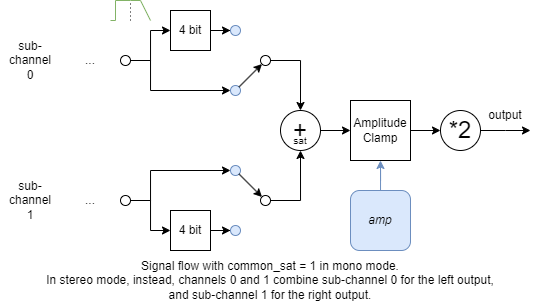
The draw.io diagram docs/user_peripherals/33_pwl_synth_PWOrionSynth-voice-common_sat.png in sujithkani/ttsky25a-tinyQV, before a commit. Source tidied: cells renumbered, new cells last; positions are measured from the earlier drawing's top-left corner, leaving out a move shared by most shapes. Source of this version:
```xml
<mxGraphModel>
  <root>
    <mxCell id="0" />
    <mxCell id="1" parent="0" />
    <mxCell id="2" style="edgeStyle=orthogonalEdgeStyle;rounded=0;jettySize=auto;html=1;entryX=0;entryY=0.5;entryDx=0;entryDy=0;" parent="1" edge="1" source="4" target="9">
      <mxGeometry relative="1" as="geometry" />
    </mxCell>
    <mxCell id="3" style="edgeStyle=orthogonalEdgeStyle;rounded=0;jettySize=auto;html=1;entryX=0;entryY=0.5;entryDx=0;entryDy=0;" parent="1" edge="1" source="4" target="10">
      <mxGeometry relative="1" as="geometry">
        <Array as="points">
          <mxPoint x="150" y="60" />
          <mxPoint x="150" y="90" />
        </Array>
      </mxGeometry>
    </mxCell>
    <mxCell id="4" style="ellipse;whiteSpace=wrap;html=1;" parent="1" vertex="1">
      <mxGeometry x="120" y="55" width="10" height="10" as="geometry" />
    </mxCell>
    <mxCell id="5" style="edgeStyle=orthogonalEdgeStyle;rounded=0;jettySize=auto;html=1;entryX=0;entryY=0.5;entryDx=0;entryDy=0;" parent="1" edge="1" source="7" target="16">
      <mxGeometry relative="1" as="geometry" />
    </mxCell>
    <mxCell id="6" style="edgeStyle=orthogonalEdgeStyle;rounded=0;jettySize=auto;html=1;entryX=0;entryY=0.5;entryDx=0;entryDy=0;" parent="1" edge="1" source="7" target="18">
      <mxGeometry relative="1" as="geometry">
        <Array as="points">
          <mxPoint x="150" y="200" />
          <mxPoint x="150" y="170" />
        </Array>
      </mxGeometry>
    </mxCell>
    <mxCell id="7" style="ellipse;whiteSpace=wrap;html=1;" parent="1" vertex="1">
      <mxGeometry x="120" y="195" width="10" height="10" as="geometry" />
    </mxCell>
    <mxCell id="8" style="edgeStyle=orthogonalEdgeStyle;rounded=0;jettySize=auto;html=1;entryX=0;entryY=0.5;entryDx=0;entryDy=0;" parent="1" edge="1" source="9" target="11">
      <mxGeometry relative="1" as="geometry" />
    </mxCell>
    <mxCell id="9" value="4 bit" style="rounded=0;whiteSpace=wrap;html=1;" parent="1" vertex="1">
      <mxGeometry x="170" y="10" width="40" height="40" as="geometry" />
    </mxCell>
    <mxCell id="10" style="ellipse;whiteSpace=wrap;html=1;fillColor=#dae8fc;strokeColor=#6c8ebf;" parent="1" vertex="1">
      <mxGeometry x="230" y="85" width="10" height="10" as="geometry" />
    </mxCell>
    <mxCell id="11" style="ellipse;whiteSpace=wrap;html=1;fillColor=#dae8fc;strokeColor=#6c8ebf;" parent="1" vertex="1">
      <mxGeometry x="230" y="25" width="10" height="10" as="geometry" />
    </mxCell>
    <mxCell id="12" style="edgeStyle=orthogonalEdgeStyle;rounded=0;jettySize=auto;html=1;entryX=0.5;entryY=0;entryDx=0;entryDy=0;" parent="1" edge="1" source="13" target="27">
      <mxGeometry relative="1" as="geometry" />
    </mxCell>
    <mxCell id="13" style="ellipse;whiteSpace=wrap;html=1;" parent="1" vertex="1">
      <mxGeometry x="260" y="55" width="10" height="10" as="geometry" />
    </mxCell>
    <mxCell id="14" style="endArrow=classic;html=1;rounded=0;exitX=1;exitY=0;exitDx=0;exitDy=0;entryX=0;entryY=1;entryDx=0;entryDy=0;" parent="1" edge="1" source="10" target="13">
      <mxGeometry relative="1" as="geometry" />
    </mxCell>
    <mxCell id="15" style="edgeStyle=orthogonalEdgeStyle;rounded=0;jettySize=auto;html=1;entryX=0;entryY=0.5;entryDx=0;entryDy=0;" parent="1" edge="1" source="16" target="17">
      <mxGeometry relative="1" as="geometry" />
    </mxCell>
    <mxCell id="16" value="4 bit" style="rounded=0;whiteSpace=wrap;html=1;" parent="1" vertex="1">
      <mxGeometry x="170" y="210" width="40" height="40" as="geometry" />
    </mxCell>
    <mxCell id="17" style="ellipse;whiteSpace=wrap;html=1;fillColor=#dae8fc;strokeColor=#6c8ebf;" parent="1" vertex="1">
      <mxGeometry x="230" y="225" width="10" height="10" as="geometry" />
    </mxCell>
    <mxCell id="18" style="ellipse;whiteSpace=wrap;html=1;fillColor=#dae8fc;strokeColor=#6c8ebf;" parent="1" vertex="1">
      <mxGeometry x="230" y="165" width="10" height="10" as="geometry" />
    </mxCell>
    <mxCell id="19" style="edgeStyle=orthogonalEdgeStyle;rounded=0;jettySize=auto;html=1;entryX=0.5;entryY=1;entryDx=0;entryDy=0;" parent="1" edge="1" source="20" target="27">
      <mxGeometry relative="1" as="geometry" />
    </mxCell>
    <mxCell id="20" style="ellipse;whiteSpace=wrap;html=1;" parent="1" vertex="1">
      <mxGeometry x="260" y="195" width="10" height="10" as="geometry" />
    </mxCell>
    <mxCell id="21" style="endArrow=classic;html=1;rounded=0;exitX=1;exitY=1;exitDx=0;exitDy=0;entryX=0;entryY=0;entryDx=0;entryDy=0;" parent="1" edge="1" source="18" target="20">
      <mxGeometry relative="1" as="geometry" />
    </mxCell>
    <mxCell id="22" style="edgeStyle=orthogonalEdgeStyle;rounded=0;jettySize=auto;html=1;entryX=0;entryY=0.5;entryDx=0;entryDy=0;" parent="1" edge="1" source="23" target="40">
      <mxGeometry relative="1" as="geometry" />
    </mxCell>
    <mxCell id="23" value="&lt;div&gt;Amplitude&lt;/div&gt;Clamp&lt;div&gt;&lt;/div&gt;" style="rounded=0;whiteSpace=wrap;html=1;" parent="1" vertex="1">
      <mxGeometry x="350" y="100" width="60" height="60" as="geometry" />
    </mxCell>
    <mxCell id="24" style="edgeStyle=orthogonalEdgeStyle;rounded=0;jettySize=auto;html=1;entryX=0.5;entryY=1;entryDx=0;entryDy=0;fillColor=#dae8fc;strokeColor=#6c8ebf;" parent="1" edge="1" source="25" target="23">
      <mxGeometry relative="1" as="geometry" />
    </mxCell>
    <mxCell id="25" value="&lt;i&gt;amp&lt;/i&gt;" style="rounded=1;whiteSpace=wrap;html=1;fillColor=#dae8fc;strokeColor=#6c8ebf;" parent="1" vertex="1">
      <mxGeometry x="350" y="190" width="60" height="60" as="geometry" />
    </mxCell>
    <mxCell id="26" style="edgeStyle=orthogonalEdgeStyle;rounded=0;jettySize=auto;html=1;entryX=0;entryY=0.5;entryDx=0;entryDy=0;" parent="1" edge="1" source="27" target="23">
      <mxGeometry relative="1" as="geometry" />
    </mxCell>
    <mxCell id="27" value="&lt;font style=&quot;font-size: 24px;&quot;&gt;+&lt;/font&gt;" style="ellipse;whiteSpace=wrap;html=1;" parent="1" vertex="1">
      <mxGeometry x="280" y="110" width="40" height="40" as="geometry" />
    </mxCell>
    <mxCell id="28" value="output" style="text;html=1;align=center;verticalAlign=middle;whiteSpace=wrap;rounded=0;" parent="1" vertex="1">
      <mxGeometry x="480" y="100" width="50" height="30" as="geometry" />
    </mxCell>
    <mxCell id="29" style="group;" parent="1" vertex="1">
      <mxGeometry x="110" width="40" height="20" as="geometry" />
    </mxCell>
    <mxCell id="30" style="rounded=0;whiteSpace=wrap;html=1;strokeColor=none;" parent="29" vertex="1">
      <mxGeometry width="40" height="20" as="geometry" />
    </mxCell>
    <mxCell id="31" style="endArrow=none;html=1;rounded=0;fillColor=#d5e8d4;strokeColor=#82b366;exitX=0;exitY=1;exitDx=0;exitDy=0;" parent="29" edge="1" source="30">
      <mxGeometry relative="1" as="geometry">
        <mxPoint x="20" as="targetPoint" />
        <Array as="points">
          <mxPoint x="5" y="20" />
          <mxPoint x="5" />
        </Array>
      </mxGeometry>
    </mxCell>
    <mxCell id="32" style="endArrow=none;html=1;rounded=0;fillColor=#d5e8d4;strokeColor=#82b366;exitX=1;exitY=1;exitDx=0;exitDy=0;" parent="29" edge="1" source="30">
      <mxGeometry relative="1" as="geometry">
        <mxPoint x="20" as="targetPoint" />
        <Array as="points">
          <mxPoint x="30" />
        </Array>
      </mxGeometry>
    </mxCell>
    <mxCell id="33" style="endArrow=none;dashed=1;html=1;dashPattern=1 3;strokeWidth=1;rounded=0;exitX=0.5;exitY=1;exitDx=0;exitDy=0;" parent="1" edge="1" source="30">
      <mxGeometry relative="1" as="geometry">
        <mxPoint x="130" as="targetPoint" />
      </mxGeometry>
    </mxCell>
    <mxCell id="34" value="sub-&lt;div&gt;channel&lt;/div&gt;&lt;div&gt;0&lt;/div&gt;" style="text;html=1;align=center;verticalAlign=middle;whiteSpace=wrap;rounded=0;" parent="1" vertex="1">
      <mxGeometry y="30" width="60" height="60" as="geometry" />
    </mxCell>
    <mxCell id="35" value="sub-&lt;div&gt;channel&lt;/div&gt;&lt;div&gt;1&lt;/div&gt;" style="text;html=1;align=center;verticalAlign=middle;whiteSpace=wrap;rounded=0;" parent="1" vertex="1">
      <mxGeometry y="170" width="60" height="60" as="geometry" />
    </mxCell>
    <mxCell id="36" value="..." style="text;html=1;align=center;verticalAlign=middle;whiteSpace=wrap;rounded=0;" parent="1" vertex="1">
      <mxGeometry x="60" y="50" width="60" height="20" as="geometry" />
    </mxCell>
    <mxCell id="37" value="..." style="text;html=1;align=center;verticalAlign=middle;whiteSpace=wrap;rounded=0;" parent="1" vertex="1">
      <mxGeometry x="60" y="190" width="60" height="20" as="geometry" />
    </mxCell>
    <mxCell id="38" value="&lt;font style=&quot;font-size: 10px;&quot;&gt;sat&lt;/font&gt;" style="text;html=1;align=center;verticalAlign=middle;whiteSpace=wrap;rounded=0;" parent="1" vertex="1">
      <mxGeometry x="280" y="130" width="40" height="20" as="geometry" />
    </mxCell>
    <mxCell id="39" style="edgeStyle=orthogonalEdgeStyle;rounded=0;jettySize=auto;html=1;" parent="1" edge="1" source="40">
      <mxGeometry relative="1" as="geometry">
        <mxPoint x="530" y="130" as="targetPoint" />
      </mxGeometry>
    </mxCell>
    <mxCell id="40" value="&lt;font style=&quot;font-size: 24px;&quot;&gt;*2&lt;/font&gt;" style="ellipse;whiteSpace=wrap;html=1;" parent="1" vertex="1">
      <mxGeometry x="440" y="110" width="40" height="40" as="geometry" />
    </mxCell>
    <mxCell id="41" value="Signal flow with common_sat = 1 in mono mode.&lt;div&gt;In stereo mode, instead, channels 0 and 1 combine sub-channel 0 for the left output,&lt;/div&gt;&lt;div&gt;and sub-channel 1 for the right output.&lt;/div&gt;" style="text;html=1;align=center;verticalAlign=middle;whiteSpace=wrap;rounded=0;" parent="1" vertex="1">
      <mxGeometry x="10" y="260" width="520" height="40" as="geometry" />
    </mxCell>
  </root>
</mxGraphModel>
```
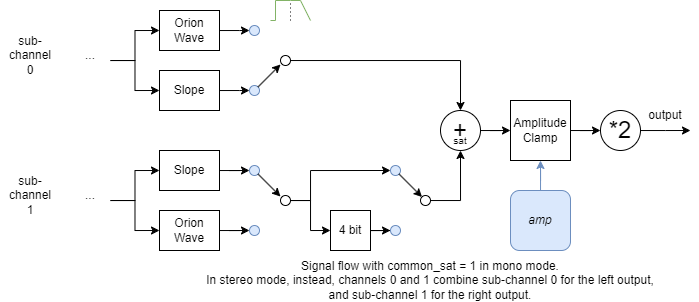
The same file after the commit.

Commit message:
PWL Synth: Update figure in docs

What changed in the source:
```diff
@@ -2,17 +2,9 @@
   <root>
     <mxCell id="0" />
     <mxCell id="1" parent="0" />
-    <mxCell id="2" style="edgeStyle=orthogonalEdgeStyle;rounded=0;jettySize=auto;html=1;entryX=0;entryY=0.5;entryDx=0;entryDy=0;" parent="1" edge="1" source="4" target="9">
-      <mxGeometry relative="1" as="geometry" />
-    </mxCell>
-    <mxCell id="3" style="edgeStyle=orthogonalEdgeStyle;rounded=0;jettySize=auto;html=1;entryX=0;entryY=0.5;entryDx=0;entryDy=0;" parent="1" edge="1" source="4" target="10">
-      <mxGeometry relative="1" as="geometry">
-        <Array as="points">
-          <mxPoint x="150" y="60" />
-          <mxPoint x="150" y="90" />
-        </Array>
-      </mxGeometry>
-    </mxCell>
+    <mxCell id="42" style="edgeStyle=orthogonalEdgeStyle;rounded=0;jettySize=auto;html=1;entryX=0.5;entryY=0;entryDx=0;entryDy=0;" parent="1" edge="1" source="4" target="27">
+      <mxGeometry relative="1" as="geometry" />
+    </mxCell>
     <mxCell id="4" style="ellipse;whiteSpace=wrap;html=1;" parent="1" vertex="1">
       <mxGeometry x="120" y="55" width="10" height="10" as="geometry" />
     </mxCell>
@@ -30,27 +22,6 @@
     <mxCell id="7" style="ellipse;whiteSpace=wrap;html=1;" parent="1" vertex="1">
       <mxGeometry x="120" y="195" width="10" height="10" as="geometry" />
     </mxCell>
-    <mxCell id="8" style="edgeStyle=orthogonalEdgeStyle;rounded=0;jettySize=auto;html=1;entryX=0;entryY=0.5;entryDx=0;entryDy=0;" parent="1" edge="1" source="9" target="11">
-      <mxGeometry relative="1" as="geometry" />
-    </mxCell>
-    <mxCell id="9" value="4 bit" style="rounded=0;whiteSpace=wrap;html=1;" parent="1" vertex="1">
-      <mxGeometry x="170" y="10" width="40" height="40" as="geometry" />
-    </mxCell>
-    <mxCell id="10" style="ellipse;whiteSpace=wrap;html=1;fillColor=#dae8fc;strokeColor=#6c8ebf;" parent="1" vertex="1">
-      <mxGeometry x="230" y="85" width="10" height="10" as="geometry" />
-    </mxCell>
-    <mxCell id="11" style="ellipse;whiteSpace=wrap;html=1;fillColor=#dae8fc;strokeColor=#6c8ebf;" parent="1" vertex="1">
-      <mxGeometry x="230" y="25" width="10" height="10" as="geometry" />
-    </mxCell>
-    <mxCell id="12" style="edgeStyle=orthogonalEdgeStyle;rounded=0;jettySize=auto;html=1;entryX=0.5;entryY=0;entryDx=0;entryDy=0;" parent="1" edge="1" source="13" target="27">
-      <mxGeometry relative="1" as="geometry" />
-    </mxCell>
-    <mxCell id="13" style="ellipse;whiteSpace=wrap;html=1;" parent="1" vertex="1">
-      <mxGeometry x="260" y="55" width="10" height="10" as="geometry" />
-    </mxCell>
-    <mxCell id="14" style="endArrow=classic;html=1;rounded=0;exitX=1;exitY=0;exitDx=0;exitDy=0;entryX=0;entryY=1;entryDx=0;entryDy=0;" parent="1" edge="1" source="10" target="13">
-      <mxGeometry relative="1" as="geometry" />
-    </mxCell>
     <mxCell id="15" style="edgeStyle=orthogonalEdgeStyle;rounded=0;jettySize=auto;html=1;entryX=0;entryY=0.5;entryDx=0;entryDy=0;" parent="1" edge="1" source="16" target="17">
       <mxGeometry relative="1" as="geometry" />
     </mxCell>
@@ -122,16 +93,16 @@
       </mxGeometry>
     </mxCell>
     <mxCell id="34" value="sub-&lt;div&gt;channel&lt;/div&gt;&lt;div&gt;0&lt;/div&gt;" style="text;html=1;align=center;verticalAlign=middle;whiteSpace=wrap;rounded=0;" parent="1" vertex="1">
-      <mxGeometry y="30" width="60" height="60" as="geometry" />
+      <mxGeometry x="-160" y="25" width="60" height="60" as="geometry" />
     </mxCell>
     <mxCell id="35" value="sub-&lt;div&gt;channel&lt;/div&gt;&lt;div&gt;1&lt;/div&gt;" style="text;html=1;align=center;verticalAlign=middle;whiteSpace=wrap;rounded=0;" parent="1" vertex="1">
-      <mxGeometry y="170" width="60" height="60" as="geometry" />
+      <mxGeometry x="-160" y="165" width="60" height="60" as="geometry" />
     </mxCell>
     <mxCell id="36" value="..." style="text;html=1;align=center;verticalAlign=middle;whiteSpace=wrap;rounded=0;" parent="1" vertex="1">
-      <mxGeometry x="60" y="50" width="60" height="20" as="geometry" />
+      <mxGeometry x="-100" y="45" width="60" height="20" as="geometry" />
     </mxCell>
     <mxCell id="37" value="..." style="text;html=1;align=center;verticalAlign=middle;whiteSpace=wrap;rounded=0;" parent="1" vertex="1">
-      <mxGeometry x="60" y="190" width="60" height="20" as="geometry" />
+      <mxGeometry x="-100" y="185" width="60" height="20" as="geometry" />
     </mxCell>
     <mxCell id="38" value="&lt;font style=&quot;font-size: 10px;&quot;&gt;sat&lt;/font&gt;" style="text;html=1;align=center;verticalAlign=middle;whiteSpace=wrap;rounded=0;" parent="1" vertex="1">
       <mxGeometry x="280" y="130" width="40" height="20" as="geometry" />
@@ -147,5 +118,73 @@
     <mxCell id="41" value="Signal flow with common_sat = 1 in mono mode.&lt;div&gt;In stereo mode, instead, channels 0 and 1 combine sub-channel 0 for the left output,&lt;/div&gt;&lt;div&gt;and sub-channel 1 for the right output.&lt;/div&gt;" style="text;html=1;align=center;verticalAlign=middle;whiteSpace=wrap;rounded=0;" parent="1" vertex="1">
       <mxGeometry x="10" y="260" width="520" height="40" as="geometry" />
     </mxCell>
+    <mxCell id="43" style="edgeStyle=orthogonalEdgeStyle;rounded=0;jettySize=auto;html=1;" parent="1" edge="1" source="44">
+      <mxGeometry relative="1" as="geometry">
+        <mxPoint x="89" y="90" as="targetPoint" />
+      </mxGeometry>
+    </mxCell>
+    <mxCell id="44" value="Slope" style="rounded=0;whiteSpace=wrap;html=1;" parent="1" vertex="1">
+      <mxGeometry x="-1" y="70" width="60" height="40" as="geometry" />
+    </mxCell>
+    <mxCell id="45" style="edgeStyle=orthogonalEdgeStyle;rounded=0;jettySize=auto;html=1;" parent="1" edge="1" source="46">
+      <mxGeometry relative="1" as="geometry">
+        <mxPoint x="89" y="30" as="targetPoint" />
+      </mxGeometry>
+    </mxCell>
+    <mxCell id="46" value="Orion&lt;div&gt;Wave&lt;/div&gt;" style="rounded=0;whiteSpace=wrap;html=1;" parent="1" vertex="1">
+      <mxGeometry x="-1" y="10" width="60" height="40" as="geometry" />
+    </mxCell>
+    <mxCell id="47" style="ellipse;whiteSpace=wrap;html=1;fillColor=#dae8fc;strokeColor=#6c8ebf;" parent="1" vertex="1">
+      <mxGeometry x="89" y="85" width="10" height="10" as="geometry" />
+    </mxCell>
+    <mxCell id="48" style="ellipse;whiteSpace=wrap;html=1;fillColor=#dae8fc;strokeColor=#6c8ebf;" parent="1" vertex="1">
+      <mxGeometry x="89" y="25" width="10" height="10" as="geometry" />
+    </mxCell>
+    <mxCell id="49" style="endArrow=classic;html=1;rounded=0;exitX=1;exitY=0;exitDx=0;exitDy=0;entryX=0;entryY=1;entryDx=0;entryDy=0;" parent="1" edge="1" source="47">
+      <mxGeometry relative="1" as="geometry">
+        <mxPoint x="120" y="64" as="targetPoint" />
+      </mxGeometry>
+    </mxCell>
+    <mxCell id="50" style="edgeStyle=orthogonalEdgeStyle;rounded=0;jettySize=auto;html=1;entryX=0;entryY=0.5;entryDx=0;entryDy=0;" parent="1" edge="1" source="51" target="55">
+      <mxGeometry relative="1" as="geometry" />
+    </mxCell>
+    <mxCell id="51" value="Slope" style="rounded=0;whiteSpace=wrap;html=1;" parent="1" vertex="1">
+      <mxGeometry x="-1" y="150" width="60" height="40" as="geometry" />
+    </mxCell>
+    <mxCell id="52" style="edgeStyle=orthogonalEdgeStyle;rounded=0;jettySize=auto;html=1;entryX=0;entryY=0.5;entryDx=0;entryDy=0;" parent="1" edge="1" source="53" target="54">
+      <mxGeometry relative="1" as="geometry" />
+    </mxCell>
+    <mxCell id="53" value="Orion&lt;div&gt;Wave&lt;/div&gt;" style="rounded=0;whiteSpace=wrap;html=1;" parent="1" vertex="1">
+      <mxGeometry x="-1" y="210" width="60" height="40" as="geometry" />
+    </mxCell>
+    <mxCell id="54" style="ellipse;whiteSpace=wrap;html=1;fillColor=#dae8fc;strokeColor=#6c8ebf;" parent="1" vertex="1">
+      <mxGeometry x="89" y="225" width="10" height="10" as="geometry" />
+    </mxCell>
+    <mxCell id="55" style="ellipse;whiteSpace=wrap;html=1;fillColor=#dae8fc;strokeColor=#6c8ebf;" parent="1" vertex="1">
+      <mxGeometry x="89" y="165" width="10" height="10" as="geometry" />
+    </mxCell>
+    <mxCell id="56" style="endArrow=classic;html=1;rounded=0;exitX=1;exitY=1;exitDx=0;exitDy=0;entryX=0;entryY=0;entryDx=0;entryDy=0;" parent="1" edge="1" source="55">
+      <mxGeometry relative="1" as="geometry">
+        <mxPoint x="120" y="196" as="targetPoint" />
+      </mxGeometry>
+    </mxCell>
+    <mxCell id="57" style="edgeStyle=orthogonalEdgeStyle;rounded=0;jettySize=auto;html=1;entryX=0;entryY=0.5;entryDx=0;entryDy=0;" parent="1" edge="1" source="59" target="46">
+      <mxGeometry relative="1" as="geometry" />
+    </mxCell>
+    <mxCell id="58" style="edgeStyle=orthogonalEdgeStyle;rounded=0;jettySize=auto;html=1;entryX=0;entryY=0.5;entryDx=0;entryDy=0;" parent="1" edge="1" source="59" target="44">
+      <mxGeometry relative="1" as="geometry" />
+    </mxCell>
+    <mxCell id="59" style="whiteSpace=wrap;html=1;fillColor=none;strokeColor=none;" parent="1" vertex="1">
+      <mxGeometry x="-60" y="55" width="10" height="10" as="geometry" />
+    </mxCell>
+    <mxCell id="60" style="edgeStyle=orthogonalEdgeStyle;rounded=0;jettySize=auto;html=1;entryX=0;entryY=0.5;entryDx=0;entryDy=0;" parent="1" edge="1" source="62" target="51">
+      <mxGeometry relative="1" as="geometry" />
+    </mxCell>
+    <mxCell id="61" style="edgeStyle=orthogonalEdgeStyle;rounded=0;jettySize=auto;html=1;entryX=0;entryY=0.5;entryDx=0;entryDy=0;" parent="1" edge="1" source="62" target="53">
+      <mxGeometry relative="1" as="geometry" />
+    </mxCell>
+    <mxCell id="62" style="whiteSpace=wrap;html=1;fillColor=none;strokeColor=none;" parent="1" vertex="1">
+      <mxGeometry x="-60" y="195" width="10" height="10" as="geometry" />
+    </mxCell>
   </root>
 </mxGraphModel>
```
